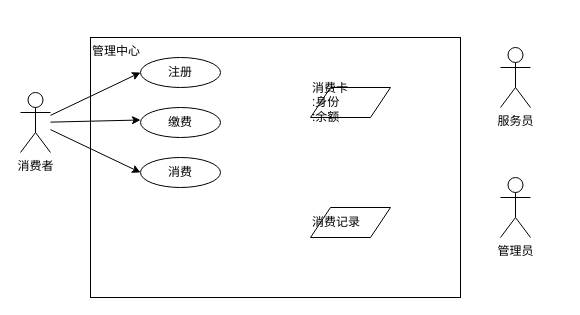
Above: jk_week1.drawio in sycoral/sharefiles (draw.io), before the change. Source tidied: cells renumbered, new cells numbered last; positions are measured from the earlier drawing's top-left corner, leaving out a move shared by most shapes. Both pictures are drawn from the tidied source at 100%, with x=0, y=0 at pixel (20, 37).
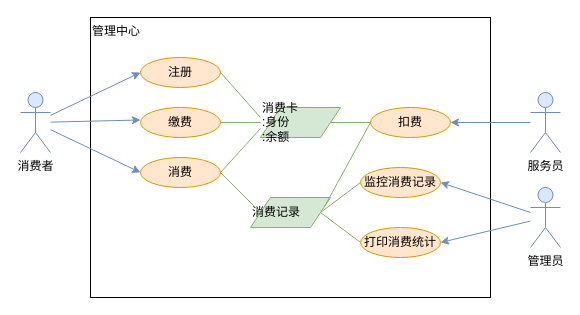
After the change.

Change to the diagram source:
```diff
@@
     <mxCell id="2" value="管理中心" style="rounded=0;whiteSpace=wrap;html=1;align=left;horizontal=1;verticalAlign=top;" parent="1" vertex="1">
-      <mxGeometry x="70" width="370" height="260" as="geometry" />
+      <mxGeometry x="70" y="-20" width="400" height="280" as="geometry" />
     </mxCell>
-    <mxCell id="3" value="消费者" style="shape=umlActor;verticalLabelPosition=bottom;verticalAlign=top;html=1;outlineConnect=0;" parent="1" vertex="1">
+    <mxCell id="3" value="消费者" style="shape=umlActor;verticalLabelPosition=bottom;verticalAlign=top;html=1;outlineConnect=0;fillColor=#dae8fc;strokeColor=#6c8ebf;" parent="1" vertex="1">
       <mxGeometry y="55" width="30" height="60" as="geometry" />
     </mxCell>
-    <mxCell id="4" value="注册" style="ellipse;whiteSpace=wrap;html=1;" parent="1" vertex="1">
+    <mxCell id="4" value="注册" style="ellipse;whiteSpace=wrap;html=1;fillColor=#ffe6cc;strokeColor=#d79b00;" parent="1" vertex="1">
       <mxGeometry x="120" y="20" width="80" height="30" as="geometry" />
     </mxCell>
+    <mxCell id="14" style="edgeStyle=none;rounded=0;jettySize=auto;html=1;entryX=1;entryY=0.5;entryDx=0;entryDy=0;endArrow=none;endFill=0;fillColor=#d5e8d4;strokeColor=#82b366;" parent="1" edge="1" target="9">
+      <mxGeometry relative="1" as="geometry">
+        <mxPoint x="240" y="85" as="sourcePoint" />
+      </mxGeometry>
+    </mxCell>
+    <mxCell id="15" style="edgeStyle=none;rounded=0;jettySize=auto;html=1;entryX=1;entryY=0.5;entryDx=0;entryDy=0;endArrow=none;endFill=0;fillColor=#d5e8d4;strokeColor=#82b366;" parent="1" edge="1" target="12">
+      <mxGeometry relative="1" as="geometry">
+        <mxPoint x="240" y="91" as="sourcePoint" />
+      </mxGeometry>
+    </mxCell>
-    <mxCell id="5" value="消费卡&lt;br&gt;:身份&lt;br&gt;:余额" style="shape=parallelogram;perimeter=parallelogramPerimeter;whiteSpace=wrap;html=1;fixedSize=1;align=left;" parent="1" vertex="1">
-      <mxGeometry x="290" y="50" width="80" height="30" as="geometry" />
+    <mxCell id="5" value="消费卡&lt;br&gt;:身份&lt;br&gt;:余额" style="shape=parallelogram;perimeter=parallelogramPerimeter;whiteSpace=wrap;html=1;fixedSize=1;align=left;fillColor=#d5e8d4;strokeColor=#82b366;" parent="1" vertex="1">
+      <mxGeometry x="240" y="70" width="80" height="30" as="geometry" />
     </mxCell>
+    <mxCell id="16" style="edgeStyle=none;rounded=0;jettySize=auto;html=1;entryX=1;entryY=0.5;entryDx=0;entryDy=0;fillColor=#dae8fc;strokeColor=#6c8ebf;" parent="1" edge="1" source="6" target="25">
+      <mxGeometry relative="1" as="geometry" />
+    </mxCell>
+    <mxCell id="17" style="edgeStyle=none;rounded=0;jettySize=auto;html=1;entryX=1;entryY=0.5;entryDx=0;entryDy=0;fillColor=#dae8fc;strokeColor=#6c8ebf;" parent="1" edge="1" source="6" target="26">
+      <mxGeometry relative="1" as="geometry" />
+    </mxCell>
-    <mxCell id="6" value="管理员" style="shape=umlActor;verticalLabelPosition=bottom;verticalAlign=top;html=1;outlineConnect=0;" parent="1" vertex="1">
-      <mxGeometry x="480" y="140" width="30" height="60" as="geometry" />
+    <mxCell id="6" value="管理员" style="shape=umlActor;verticalLabelPosition=bottom;verticalAlign=top;html=1;outlineConnect=0;fillColor=#dae8fc;strokeColor=#6c8ebf;" parent="1" vertex="1">
+      <mxGeometry x="510" y="150" width="30" height="60" as="geometry" />
     </mxCell>
+    <mxCell id="18" style="edgeStyle=none;rounded=0;jettySize=auto;html=1;exitX=1;exitY=0.5;exitDx=0;exitDy=0;entryX=0;entryY=0.5;entryDx=0;entryDy=0;endArrow=none;endFill=0;fillColor=#d5e8d4;strokeColor=#82b366;" parent="1" edge="1" source="7" target="25">
+      <mxGeometry relative="1" as="geometry" />
+    </mxCell>
+    <mxCell id="19" style="edgeStyle=none;rounded=0;jettySize=auto;html=1;exitX=1;exitY=0.5;exitDx=0;exitDy=0;entryX=0;entryY=0.5;entryDx=0;entryDy=0;endArrow=none;endFill=0;fillColor=#d5e8d4;strokeColor=#82b366;" parent="1" edge="1" source="7" target="26">
+      <mxGeometry relative="1" as="geometry" />
+    </mxCell>
-    <mxCell id="7" value="消费记录" style="shape=parallelogram;perimeter=parallelogramPerimeter;whiteSpace=wrap;html=1;fixedSize=1;align=left;" parent="1" vertex="1">
-      <mxGeometry x="290" y="170" width="80" height="30" as="geometry" />
+    <mxCell id="7" value="消费记录" style="shape=parallelogram;perimeter=parallelogramPerimeter;whiteSpace=wrap;html=1;fixedSize=1;align=left;fillColor=#d5e8d4;strokeColor=#82b366;" parent="1" vertex="1">
+      <mxGeometry x="230" y="160" width="80" height="30" as="geometry" />
     </mxCell>
+    <mxCell id="20" style="edgeStyle=none;rounded=0;jettySize=auto;html=1;entryX=1;entryY=0.5;entryDx=0;entryDy=0;fillColor=#dae8fc;strokeColor=#6c8ebf;" parent="1" edge="1" source="8" target="24">
+      <mxGeometry relative="1" as="geometry" />
+    </mxCell>
-    <mxCell id="8" value="服务员" style="shape=umlActor;verticalLabelPosition=bottom;verticalAlign=top;html=1;outlineConnect=0;" parent="1" vertex="1">
-      <mxGeometry x="480" y="10" width="30" height="60" as="geometry" />
+    <mxCell id="8" value="服务员" style="shape=umlActor;verticalLabelPosition=bottom;verticalAlign=top;html=1;outlineConnect=0;fillColor=#dae8fc;strokeColor=#6c8ebf;" parent="1" vertex="1">
+      <mxGeometry x="510" y="55" width="30" height="60" as="geometry" />
     </mxCell>
-    <mxCell id="9" value="缴费" style="ellipse;whiteSpace=wrap;html=1;" parent="1" vertex="1">
+    <mxCell id="9" value="缴费" style="ellipse;whiteSpace=wrap;html=1;fillColor=#ffe6cc;strokeColor=#d79b00;" parent="1" vertex="1">
       <mxGeometry x="120" y="70" width="80" height="30" as="geometry" />
     </mxCell>
-    <mxCell id="10" style="endArrow=classic;html=1;entryX=0;entryY=0.5;entryDx=0;entryDy=0;" parent="1" edge="1" source="3" target="4">
+    <mxCell id="10" style="endArrow=classic;html=1;entryX=0;entryY=0.5;entryDx=0;entryDy=0;fillColor=#dae8fc;strokeColor=#6c8ebf;" parent="1" edge="1" source="3" target="4">
       <mxGeometry relative="1" as="geometry" />
     </mxCell>
-    <mxCell id="11" style="rounded=0;jettySize=auto;html=1;" parent="1" edge="1" source="3">
+    <mxCell id="11" style="rounded=0;jettySize=auto;html=1;fillColor=#dae8fc;strokeColor=#6c8ebf;" parent="1" edge="1" source="3">
       <mxGeometry relative="1" as="geometry">
         <mxPoint x="120" y="82.5" as="targetPoint" />
       </mxGeometry>
     </mxCell>
+    <mxCell id="21" style="edgeStyle=none;rounded=0;jettySize=auto;html=1;exitX=1;exitY=0.5;exitDx=0;exitDy=0;endArrow=none;endFill=0;fillColor=#d5e8d4;strokeColor=#82b366;entryX=0;entryY=0.5;entryDx=0;entryDy=0;" parent="1" edge="1" source="12" target="7">
+      <mxGeometry relative="1" as="geometry" />
+    </mxCell>
-    <mxCell id="12" value="消费" style="ellipse;whiteSpace=wrap;html=1;" parent="1" vertex="1">
+    <mxCell id="12" value="消费" style="ellipse;whiteSpace=wrap;html=1;fillColor=#ffe6cc;strokeColor=#d79b00;" parent="1" vertex="1">
       <mxGeometry x="120" y="120" width="80" height="30" as="geometry" />
     </mxCell>
-    <mxCell id="13" style="edgeStyle=none;rounded=0;jettySize=auto;html=1;entryX=0;entryY=0.5;entryDx=0;entryDy=0;" parent="1" edge="1" source="3" target="12">
+    <mxCell id="13" style="edgeStyle=none;rounded=0;jettySize=auto;html=1;entryX=0;entryY=0.5;entryDx=0;entryDy=0;fillColor=#dae8fc;strokeColor=#6c8ebf;" parent="1" edge="1" source="3" target="12">
       <mxGeometry relative="1" as="geometry" />
     </mxCell>
+    <mxCell id="22" style="edgeStyle=none;rounded=0;jettySize=auto;html=1;exitX=0;exitY=0.5;exitDx=0;exitDy=0;entryX=1;entryY=0.5;entryDx=0;entryDy=0;endArrow=none;endFill=0;fillColor=#d5e8d4;strokeColor=#82b366;" parent="1" edge="1" source="24" target="5">
+      <mxGeometry relative="1" as="geometry" />
+    </mxCell>
+    <mxCell id="23" style="edgeStyle=none;rounded=0;jettySize=auto;html=1;exitX=0;exitY=0.5;exitDx=0;exitDy=0;entryX=1;entryY=0.25;entryDx=0;entryDy=0;endArrow=none;endFill=0;fillColor=#d5e8d4;strokeColor=#82b366;" parent="1" edge="1" source="24" target="7">
+      <mxGeometry relative="1" as="geometry" />
+    </mxCell>
+    <mxCell id="24" value="扣费" style="ellipse;whiteSpace=wrap;html=1;fillColor=#ffe6cc;strokeColor=#d79b00;" parent="1" vertex="1">
+      <mxGeometry x="350" y="70" width="80" height="30" as="geometry" />
+    </mxCell>
+    <mxCell id="25" value="监控消费记录" style="ellipse;whiteSpace=wrap;html=1;fillColor=#ffe6cc;strokeColor=#d79b00;" parent="1" vertex="1">
+      <mxGeometry x="340" y="130" width="80" height="30" as="geometry" />
+    </mxCell>
+    <mxCell id="26" value="打印消费统计" style="ellipse;whiteSpace=wrap;html=1;fillColor=#ffe6cc;strokeColor=#d79b00;" parent="1" vertex="1">
+      <mxGeometry x="340" y="190" width="80" height="30" as="geometry" />
+    </mxCell>
+    <mxCell id="27" style="endArrow=none;html=1;exitX=1;exitY=0.5;exitDx=0;exitDy=0;fillColor=#d5e8d4;strokeColor=#82b366;" parent="1" edge="1" source="4">
+      <mxGeometry relative="1" as="geometry">
+        <mxPoint x="240" y="80" as="targetPoint" />
+      </mxGeometry>
+    </mxCell>
```
